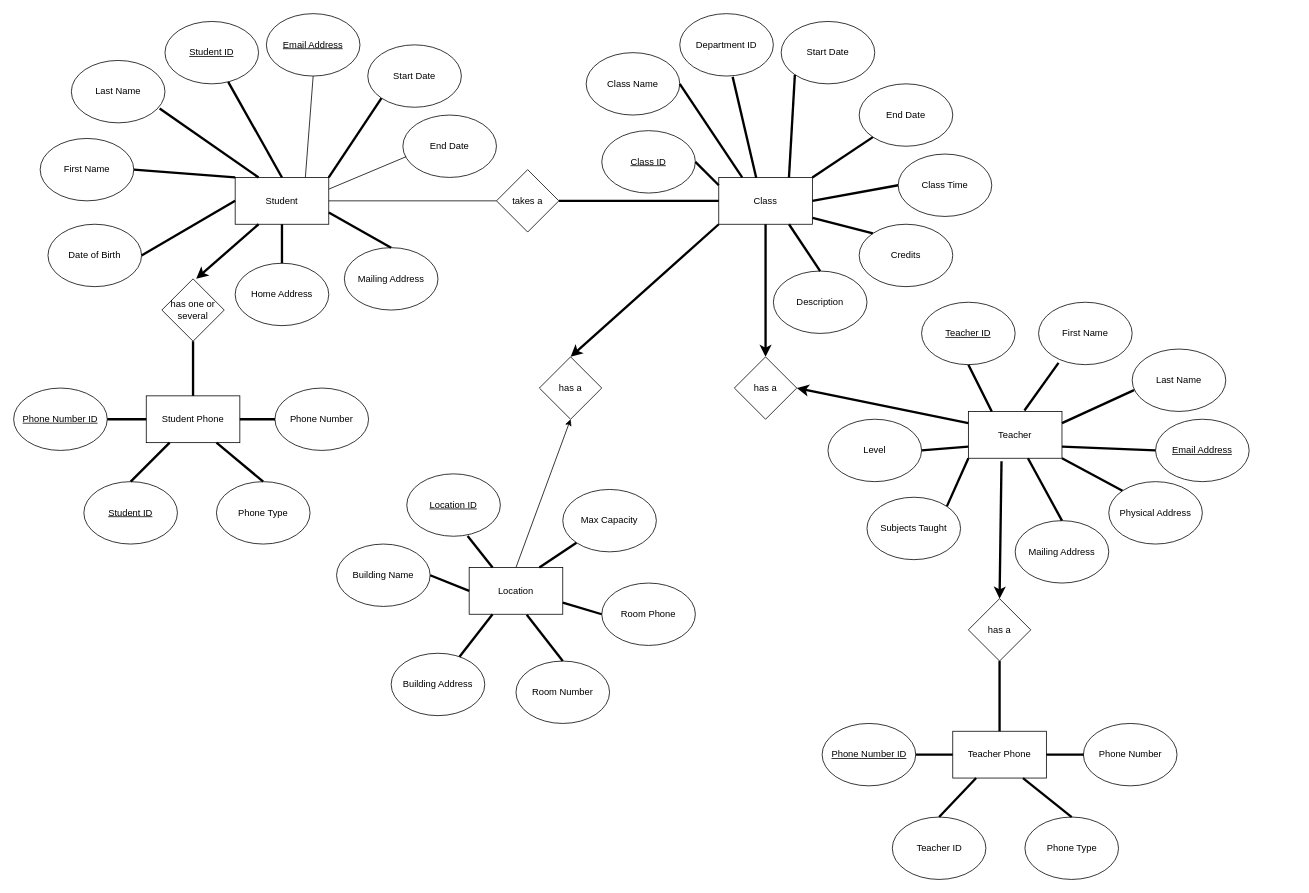
This is school-database-diagram.drawio from MichelleAaa/school-database, a draw.io file, before an edit. Source tidied: cells renumbered, new cells numbered last; positions are measured from the earlier drawing's top-left corner, leaving out a move shared by most shapes. Both pictures are drawn from the tidied source at 78%, with x=0, y=0 at pixel (13, 13).
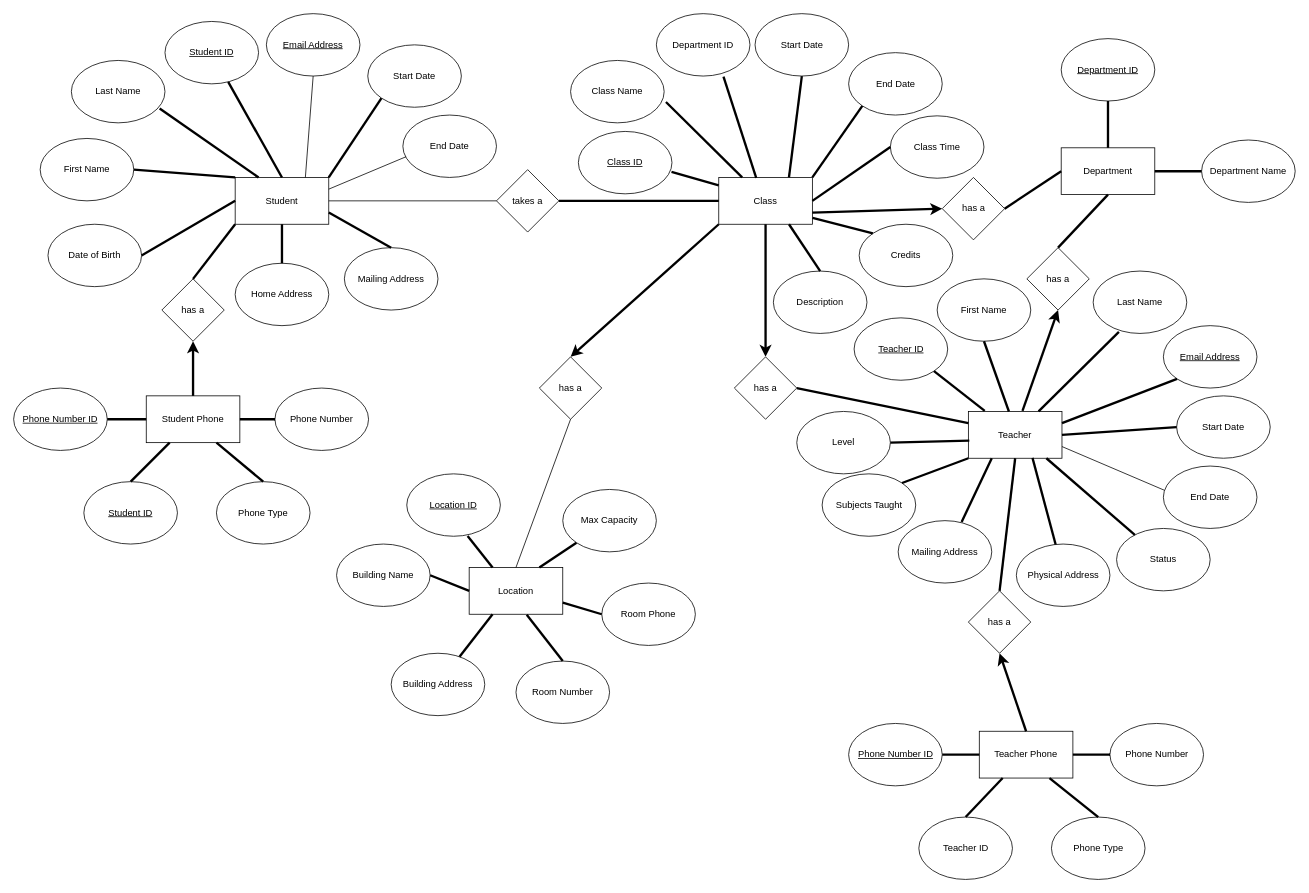
After the change.

Commit message (it also covers changes not shown here):
School Database File Added

The change refers to these unchanged cells:
```xml
<mxCell id="2" value="Student" style="rounded=0;whiteSpace=wrap;html=1;" parent="1" vertex="1">
  <mxGeometry x="284" y="210" width="120" height="60" as="geometry" />
</mxCell>
<mxCell id="12" value="Student Phone" style="rounded=0;whiteSpace=wrap;html=1;" parent="1" vertex="1">
  <mxGeometry x="170" y="490" width="120" height="60" as="geometry" />
</mxCell>
<mxCell id="31" value="Class" style="rounded=0;whiteSpace=wrap;html=1;" parent="1" vertex="1">
  <mxGeometry x="904" y="210" width="120" height="60" as="geometry" />
</mxCell>
<mxCell id="42" value="has a" style="rhombus;whiteSpace=wrap;html=1;" parent="1" vertex="1">
  <mxGeometry x="924" y="440" width="80" height="80" as="geometry" />
</mxCell>
<mxCell id="43" value="Teacher" style="rounded=0;whiteSpace=wrap;html=1;" parent="1" vertex="1">
  <mxGeometry x="1224" y="510" width="120" height="60" as="geometry" />
</mxCell>
<mxCell id="44" value="has a" style="rhombus;whiteSpace=wrap;html=1;" parent="1" vertex="1">
  <mxGeometry x="674" y="440" width="80" height="80" as="geometry" />
</mxCell>
<mxCell id="46" value="Location" style="rounded=0;whiteSpace=wrap;html=1;" parent="1" vertex="1">
  <mxGeometry x="584" y="710" width="120" height="60" as="geometry" />
</mxCell>
```

The edit, as a diff of the source:
```diff
@@
-    <mxCell id="11" value="has one or several" style="rhombus;whiteSpace=wrap;html=1;" parent="1" vertex="1">
+    <mxCell id="11" value="has a" style="rhombus;whiteSpace=wrap;html=1;" parent="1" vertex="1">
       <mxGeometry x="190" y="340" width="80" height="80" as="geometry" />
     </mxCell>
@@
     <mxCell id="34" value="&lt;u&gt;Class ID&lt;/u&gt;" style="ellipse;whiteSpace=wrap;html=1;" parent="1" vertex="1">
-      <mxGeometry x="754" y="150" width="120" height="80" as="geometry" />
+      <mxGeometry x="724" y="151" width="120" height="80" as="geometry" />
     </mxCell>
     <mxCell id="35" value="Class Name" style="ellipse;whiteSpace=wrap;html=1;" parent="1" vertex="1">
-      <mxGeometry x="734" y="50" width="120" height="80" as="geometry" />
+      <mxGeometry x="714" y="60" width="120" height="80" as="geometry" />
     </mxCell>
     <mxCell id="36" value="Department ID" style="ellipse;whiteSpace=wrap;html=1;" parent="1" vertex="1">
-      <mxGeometry x="854" width="120" height="80" as="geometry" />
+      <mxGeometry x="824" width="120" height="80" as="geometry" />
     </mxCell>
     <mxCell id="37" value="Start Date" style="ellipse;whiteSpace=wrap;html=1;" parent="1" vertex="1">
-      <mxGeometry x="984" y="10" width="120" height="80" as="geometry" />
+      <mxGeometry x="950.5" width="120" height="80" as="geometry" />
     </mxCell>
     <mxCell id="38" value="End Date" style="ellipse;whiteSpace=wrap;html=1;" parent="1" vertex="1">
-      <mxGeometry x="1084" y="90" width="120" height="80" as="geometry" />
+      <mxGeometry x="1070.5" y="50" width="120" height="80" as="geometry" />
     </mxCell>
     <mxCell id="39" value="Class Time" style="ellipse;whiteSpace=wrap;html=1;" parent="1" vertex="1">
-      <mxGeometry x="1134" y="180" width="120" height="80" as="geometry" />
+      <mxGeometry x="1124" y="131" width="120" height="80" as="geometry" />
     </mxCell>
@@
-    <mxCell id="45" style="edgeStyle=none;html=1;entryX=0.5;entryY=1;entryDx=0;entryDy=0;exitX=0.5;exitY=0;exitDx=0;exitDy=0;" parent="1" edge="1" source="46" target="44">
-      <mxGeometry relative="1" as="geometry" />
-    </mxCell>
@@
-    <mxCell id="59" style="edgeStyle=none;html=1;endArrow=none;endFill=0;strokeWidth=3;entryX=0;entryY=0.167;entryDx=0;entryDy=0;exitX=1;exitY=0.5;exitDx=0;exitDy=0;entryPerimeter=0;" parent="1" edge="1" source="34" target="31">
+    <mxCell id="59" style="edgeStyle=none;html=1;endArrow=none;endFill=0;strokeWidth=3;entryX=0;entryY=0.167;entryDx=0;entryDy=0;exitX=0.995;exitY=0.649;exitDx=0;exitDy=0;entryPerimeter=0;exitPerimeter=0;" parent="1" edge="1" source="34" target="31">
       <mxGeometry relative="1" as="geometry" />
     </mxCell>
-    <mxCell id="60" style="edgeStyle=none;html=1;endArrow=none;endFill=0;strokeWidth=3;entryX=0.25;entryY=0;entryDx=0;entryDy=0;exitX=1;exitY=0.5;exitDx=0;exitDy=0;" parent="1" edge="1" source="35" target="31">
+    <mxCell id="60" style="edgeStyle=none;html=1;endArrow=none;endFill=0;strokeWidth=3;entryX=0.25;entryY=0;entryDx=0;entryDy=0;exitX=1.019;exitY=0.666;exitDx=0;exitDy=0;exitPerimeter=0;" parent="1" edge="1" source="35" target="31">
       <mxGeometry relative="1" as="geometry" />
     </mxCell>
-    <mxCell id="61" style="edgeStyle=none;html=1;endArrow=none;endFill=0;strokeWidth=3;entryX=0.4;entryY=0.007;entryDx=0;entryDy=0;exitX=0.565;exitY=1.013;exitDx=0;exitDy=0;exitPerimeter=0;entryPerimeter=0;" parent="1" edge="1" source="36" target="31">
+    <mxCell id="61" style="edgeStyle=none;html=1;endArrow=none;endFill=0;strokeWidth=3;entryX=0.4;entryY=0.007;entryDx=0;entryDy=0;exitX=0.717;exitY=1.009;exitDx=0;exitDy=0;exitPerimeter=0;entryPerimeter=0;" parent="1" edge="1" source="36" target="31">
       <mxGeometry relative="1" as="geometry" />
     </mxCell>
-    <mxCell id="62" style="edgeStyle=none;html=1;endArrow=none;endFill=0;strokeWidth=3;exitX=0;exitY=1;exitDx=0;exitDy=0;entryX=0.75;entryY=0;entryDx=0;entryDy=0;" parent="1" edge="1" source="37" target="31">
+    <mxCell id="62" style="edgeStyle=none;html=1;endArrow=none;endFill=0;strokeWidth=3;exitX=0.5;exitY=1;exitDx=0;exitDy=0;entryX=0.75;entryY=0;entryDx=0;entryDy=0;" parent="1" edge="1" source="37" target="31">
       <mxGeometry relative="1" as="geometry" />
     </mxCell>
@@
     <mxCell id="67" value="&lt;u&gt;Teacher ID&lt;/u&gt;" style="ellipse;whiteSpace=wrap;html=1;" parent="1" vertex="1">
-      <mxGeometry x="1164" y="370" width="120" height="80" as="geometry" />
+      <mxGeometry x="1077.5" y="390" width="120" height="80" as="geometry" />
     </mxCell>
     <mxCell id="68" value="First Name" style="ellipse;whiteSpace=wrap;html=1;" parent="1" vertex="1">
-      <mxGeometry x="1314" y="370" width="120" height="80" as="geometry" />
+      <mxGeometry x="1184" y="340" width="120" height="80" as="geometry" />
     </mxCell>
     <mxCell id="69" value="Last Name" style="ellipse;whiteSpace=wrap;html=1;" parent="1" vertex="1">
-      <mxGeometry x="1434" y="430" width="120" height="80" as="geometry" />
+      <mxGeometry x="1384" y="330" width="120" height="80" as="geometry" />
     </mxCell>
     <mxCell id="70" value="&lt;u&gt;Email Address&lt;/u&gt;" style="ellipse;whiteSpace=wrap;html=1;" parent="1" vertex="1">
-      <mxGeometry x="1464" y="520" width="120" height="80" as="geometry" />
+      <mxGeometry x="1474" y="400" width="120" height="80" as="geometry" />
     </mxCell>
     <mxCell id="71" value="Subjects Taught" style="ellipse;whiteSpace=wrap;html=1;" parent="1" vertex="1">
-      <mxGeometry x="1094" y="620" width="120" height="80" as="geometry" />
+      <mxGeometry x="1036.5" y="590" width="120" height="80" as="geometry" />
     </mxCell>
     <mxCell id="72" value="Level" style="ellipse;whiteSpace=wrap;html=1;" parent="1" vertex="1">
-      <mxGeometry x="1044" y="520" width="120" height="80" as="geometry" />
+      <mxGeometry x="1004" y="510" width="120" height="80" as="geometry" />
     </mxCell>
     <mxCell id="73" value="Physical Address" style="ellipse;whiteSpace=wrap;html=1;" parent="1" vertex="1">
-      <mxGeometry x="1404" y="600" width="120" height="80" as="geometry" />
+      <mxGeometry x="1285.5" y="680" width="120" height="80" as="geometry" />
     </mxCell>
     <mxCell id="74" value="Mailing Address" style="ellipse;whiteSpace=wrap;html=1;" parent="1" vertex="1">
-      <mxGeometry x="1284" y="650" width="120" height="80" as="geometry" />
+      <mxGeometry x="1134" y="650" width="120" height="80" as="geometry" />
     </mxCell>
     <mxCell id="75" value="has a" style="rhombus;whiteSpace=wrap;html=1;" parent="1" vertex="1">
-      <mxGeometry x="1224" y="750" width="80" height="80" as="geometry" />
+      <mxGeometry x="1224" y="740" width="80" height="80" as="geometry" />
     </mxCell>
     <mxCell id="76" value="Teacher Phone" style="rounded=0;whiteSpace=wrap;html=1;" parent="1" vertex="1">
-      <mxGeometry x="1204" y="920" width="120" height="60" as="geometry" />
+      <mxGeometry x="1238" y="920" width="120" height="60" as="geometry" />
     </mxCell>
     <mxCell id="77" value="&lt;u&gt;Phone Number ID&lt;/u&gt;" style="ellipse;whiteSpace=wrap;html=1;" parent="1" vertex="1">
-      <mxGeometry x="1036.5" y="910" width="120" height="80" as="geometry" />
+      <mxGeometry x="1070.5" y="910" width="120" height="80" as="geometry" />
     </mxCell>
     <mxCell id="78" value="Teacher ID" style="ellipse;whiteSpace=wrap;html=1;" parent="1" vertex="1">
-      <mxGeometry x="1126.5" y="1030" width="120" height="80" as="geometry" />
+      <mxGeometry x="1160.5" y="1030" width="120" height="80" as="geometry" />
     </mxCell>
     <mxCell id="79" value="Phone Type" style="ellipse;whiteSpace=wrap;html=1;" parent="1" vertex="1">
-      <mxGeometry x="1296.5" y="1030" width="120" height="80" as="geometry" />
+      <mxGeometry x="1330.5" y="1030" width="120" height="80" as="geometry" />
     </mxCell>
     <mxCell id="80" value="Phone Number" style="ellipse;whiteSpace=wrap;html=1;" parent="1" vertex="1">
-      <mxGeometry x="1371.5" y="910" width="120" height="80" as="geometry" />
+      <mxGeometry x="1405.5" y="910" width="120" height="80" as="geometry" />
     </mxCell>
@@
     <mxCell id="82" style="edgeStyle=none;html=1;endArrow=none;endFill=0;strokeWidth=3;exitX=0;exitY=0.5;exitDx=0;exitDy=0;" parent="1" edge="1" source="80">
       <mxGeometry relative="1" as="geometry">
-        <mxPoint x="1370.5" y="950" as="targetPoint" />
+        <mxPoint x="1404.5" y="950" as="targetPoint" />
       </mxGeometry>
     </mxCell>
@@
-    <mxCell id="86" style="edgeStyle=none;html=1;endArrow=none;endFill=0;strokeWidth=3;exitX=0.25;exitY=0;exitDx=0;exitDy=0;entryX=0.5;entryY=1;entryDx=0;entryDy=0;" parent="1" edge="1" source="43" target="67">
+    <mxCell id="86" style="edgeStyle=none;html=1;endArrow=none;endFill=0;strokeWidth=3;exitX=0.175;exitY=-0.012;exitDx=0;exitDy=0;entryX=1;entryY=1;entryDx=0;entryDy=0;exitPerimeter=0;" parent="1" edge="1" source="43" target="67">
       <mxGeometry relative="1" as="geometry" />
     </mxCell>
-    <mxCell id="87" style="edgeStyle=none;html=1;endArrow=none;endFill=0;strokeWidth=3;exitX=0.599;exitY=-0.02;exitDx=0;exitDy=0;entryX=0.213;entryY=0.971;entryDx=0;entryDy=0;exitPerimeter=0;entryPerimeter=0;" parent="1" edge="1" source="43" target="68">
+    <mxCell id="87" style="edgeStyle=none;html=1;endArrow=none;endFill=0;strokeWidth=3;entryX=0.5;entryY=1;entryDx=0;entryDy=0;exitX=0.433;exitY=0.001;exitDx=0;exitDy=0;exitPerimeter=0;" parent="1" edge="1" source="43" target="68">
       <mxGeometry relative="1" as="geometry" />
     </mxCell>
-    <mxCell id="88" style="edgeStyle=none;html=1;endArrow=none;endFill=0;strokeWidth=3;exitX=1;exitY=0.25;exitDx=0;exitDy=0;entryX=0.02;entryY=0.658;entryDx=0;entryDy=0;entryPerimeter=0;" parent="1" edge="1" source="43" target="69">
+    <mxCell id="88" style="edgeStyle=none;html=1;endArrow=none;endFill=0;strokeWidth=3;exitX=0.75;exitY=0;exitDx=0;exitDy=0;entryX=0.275;entryY=0.975;entryDx=0;entryDy=0;entryPerimeter=0;" parent="1" edge="1" source="43" target="69">
       <mxGeometry relative="1" as="geometry" />
     </mxCell>
-    <mxCell id="89" style="edgeStyle=none;html=1;endArrow=none;endFill=0;strokeWidth=3;exitX=1;exitY=0.75;exitDx=0;exitDy=0;entryX=0;entryY=0.5;entryDx=0;entryDy=0;" parent="1" edge="1" source="43" target="70">
+    <mxCell id="89" style="edgeStyle=none;html=1;endArrow=none;endFill=0;strokeWidth=3;exitX=1;exitY=0.25;exitDx=0;exitDy=0;entryX=0;entryY=1;entryDx=0;entryDy=0;" parent="1" edge="1" source="43" target="70">
       <mxGeometry relative="1" as="geometry" />
     </mxCell>
-    <mxCell id="90" style="edgeStyle=none;html=1;endArrow=none;endFill=0;strokeWidth=3;exitX=1;exitY=1;exitDx=0;exitDy=0;entryX=0;entryY=0;entryDx=0;entryDy=0;" parent="1" edge="1" source="43" target="73">
+    <mxCell id="90" style="edgeStyle=none;html=1;endArrow=none;endFill=0;strokeWidth=3;exitX=0.685;exitY=0.993;exitDx=0;exitDy=0;entryX=0.42;entryY=0.008;entryDx=0;entryDy=0;entryPerimeter=0;exitPerimeter=0;" parent="1" edge="1" source="43" target="73">
       <mxGeometry relative="1" as="geometry" />
     </mxCell>
-    <mxCell id="91" style="edgeStyle=none;html=1;endArrow=none;endFill=0;strokeWidth=3;entryX=0.5;entryY=0;entryDx=0;entryDy=0;" parent="1" edge="1" source="43" target="74">
+    <mxCell id="91" style="edgeStyle=none;html=1;endArrow=none;endFill=0;strokeWidth=3;entryX=0.678;entryY=0.021;entryDx=0;entryDy=0;entryPerimeter=0;exitX=0.25;exitY=1;exitDx=0;exitDy=0;" parent="1" edge="1" source="43" target="74">
       <mxGeometry relative="1" as="geometry" />
     </mxCell>
@@
-    <mxCell id="93" style="edgeStyle=none;html=1;endArrow=none;endFill=0;strokeWidth=3;exitX=0;exitY=0.75;exitDx=0;exitDy=0;entryX=1;entryY=0.5;entryDx=0;entryDy=0;" parent="1" edge="1" source="43" target="72">
+    <mxCell id="93" style="edgeStyle=none;html=1;endArrow=none;endFill=0;strokeWidth=3;exitX=0.01;exitY=0.623;exitDx=0;exitDy=0;entryX=1;entryY=0.5;entryDx=0;entryDy=0;exitPerimeter=0;" parent="1" edge="1" source="43" target="72">
       <mxGeometry relative="1" as="geometry" />
     </mxCell>
@@
-    <mxCell id="96" style="edgeStyle=none;html=1;endArrow=classic;endFill=1;strokeWidth=3;exitX=0.25;exitY=1;exitDx=0;exitDy=0;entryX=0.55;entryY=0;entryDx=0;entryDy=0;entryPerimeter=0;" parent="1" edge="1" source="2" target="11">
+    <mxCell id="96" style="edgeStyle=none;html=1;endArrow=classic;endFill=1;strokeWidth=3;exitX=0.5;exitY=0;exitDx=0;exitDy=0;entryX=0.5;entryY=1;entryDx=0;entryDy=0;" parent="1" edge="1" source="12" target="11">
       <mxGeometry relative="1" as="geometry" />
     </mxCell>
-    <mxCell id="97" style="edgeStyle=none;html=1;endArrow=classic;endFill=1;strokeWidth=3;exitX=0.354;exitY=1.065;exitDx=0;exitDy=0;entryX=0.5;entryY=0;entryDx=0;entryDy=0;exitPerimeter=0;" parent="1" edge="1" source="43" target="75">
+    <mxCell id="97" style="edgeStyle=none;html=1;endArrow=classic;endFill=1;strokeWidth=3;exitX=0.5;exitY=0;exitDx=0;exitDy=0;entryX=0.5;entryY=1;entryDx=0;entryDy=0;" parent="1" edge="1" source="76" target="75">
       <mxGeometry relative="1" as="geometry" />
     </mxCell>
-    <mxCell id="98" style="edgeStyle=none;html=1;endArrow=none;endFill=0;strokeWidth=3;entryX=0.5;entryY=1;entryDx=0;entryDy=0;exitX=0.5;exitY=0;exitDx=0;exitDy=0;" parent="1" edge="1" source="76" target="75">
+    <mxCell id="98" style="edgeStyle=none;html=1;endArrow=none;endFill=0;strokeWidth=3;entryX=0.5;entryY=1;entryDx=0;entryDy=0;exitX=0.5;exitY=0;exitDx=0;exitDy=0;" parent="1" edge="1" source="75" target="43">
       <mxGeometry relative="1" as="geometry" />
     </mxCell>
-    <mxCell id="99" style="edgeStyle=none;html=1;endArrow=none;endFill=0;strokeWidth=3;entryX=0.5;entryY=0;entryDx=0;entryDy=0;exitX=0.5;exitY=1;exitDx=0;exitDy=0;" parent="1" edge="1" source="11" target="12">
+    <mxCell id="99" style="edgeStyle=none;html=1;endArrow=none;endFill=0;strokeWidth=3;entryX=0.5;entryY=0;entryDx=0;entryDy=0;exitX=0;exitY=1;exitDx=0;exitDy=0;" parent="1" edge="1" source="2" target="11">
       <mxGeometry relative="1" as="geometry" />
     </mxCell>
@@
+    <mxCell id="103" value="Start Date" style="ellipse;whiteSpace=wrap;html=1;" parent="1" vertex="1">
+      <mxGeometry x="1491" y="490" width="120" height="80" as="geometry" />
+    </mxCell>
+    <mxCell id="104" value="End Date" style="ellipse;whiteSpace=wrap;html=1;" parent="1" vertex="1">
+      <mxGeometry x="1474" y="580" width="120" height="80" as="geometry" />
+    </mxCell>
+    <mxCell id="105" value="Status" style="ellipse;whiteSpace=wrap;html=1;" parent="1" vertex="1">
+      <mxGeometry x="1414" y="660" width="120" height="80" as="geometry" />
+    </mxCell>
+    <mxCell id="106" style="edgeStyle=none;html=1;endArrow=none;endFill=0;strokeWidth=3;exitX=1;exitY=0.5;exitDx=0;exitDy=0;entryX=0;entryY=0.5;entryDx=0;entryDy=0;" parent="1" edge="1" source="43" target="103">
+      <mxGeometry relative="1" as="geometry" />
+    </mxCell>
+    <mxCell id="107" style="endArrow=none;html=1;entryX=0.011;entryY=0.388;entryDx=0;entryDy=0;exitX=1;exitY=0.75;exitDx=0;exitDy=0;entryPerimeter=0;" parent="1" edge="1" source="43" target="104">
+      <mxGeometry relative="1" as="geometry" />
+    </mxCell>
+    <mxCell id="108" style="edgeStyle=none;html=1;endArrow=none;endFill=0;strokeWidth=3;" parent="1" edge="1" target="105">
+      <mxGeometry relative="1" as="geometry">
+        <mxPoint x="1324" y="570" as="sourcePoint" />
+      </mxGeometry>
+    </mxCell>
-    <mxCell id="102" style="edgeStyle=none;html=1;endArrow=classic;endFill=1;strokeWidth=3;exitX=0;exitY=0.25;exitDx=0;exitDy=0;entryX=1;entryY=0.5;entryDx=0;entryDy=0;" parent="1" edge="1" source="43" target="42">
+    <mxCell id="102" style="edgeStyle=none;html=1;endArrow=none;endFill=0;strokeWidth=3;exitX=0;exitY=0.25;exitDx=0;exitDy=0;entryX=1;entryY=0.5;entryDx=0;entryDy=0;" parent="1" edge="1" source="43" target="42">
       <mxGeometry relative="1" as="geometry" />
     </mxCell>
+    <mxCell id="45" style="endArrow=none;html=1;exitX=0.5;exitY=0;exitDx=0;exitDy=0;entryX=0.5;entryY=1;entryDx=0;entryDy=0;" parent="1" edge="1" source="46" target="44">
+      <mxGeometry relative="1" as="geometry" />
+    </mxCell>
+    <mxCell id="109" value="Department" style="rounded=0;whiteSpace=wrap;html=1;" parent="1" vertex="1">
+      <mxGeometry x="1343" y="172" width="120" height="60" as="geometry" />
+    </mxCell>
+    <mxCell id="110" value="&lt;u&gt;Department ID&lt;/u&gt;" style="ellipse;whiteSpace=wrap;html=1;" parent="1" vertex="1">
+      <mxGeometry x="1343" y="32" width="120" height="80" as="geometry" />
+    </mxCell>
+    <mxCell id="111" value="Department Name" style="ellipse;whiteSpace=wrap;html=1;" parent="1" vertex="1">
+      <mxGeometry x="1523" y="162" width="120" height="80" as="geometry" />
+    </mxCell>
+    <mxCell id="112" style="edgeStyle=none;html=1;endArrow=none;endFill=0;strokeWidth=3;exitX=1;exitY=0.5;exitDx=0;exitDy=0;entryX=0;entryY=0.5;entryDx=0;entryDy=0;" parent="1" edge="1" source="109" target="111">
+      <mxGeometry relative="1" as="geometry" />
+    </mxCell>
+    <mxCell id="113" style="edgeStyle=none;html=1;endArrow=none;endFill=0;strokeWidth=3;exitX=0.5;exitY=0;exitDx=0;exitDy=0;entryX=0.5;entryY=1;entryDx=0;entryDy=0;" parent="1" edge="1" source="109" target="110">
+      <mxGeometry relative="1" as="geometry" />
+    </mxCell>
+    <mxCell id="114" value="has a" style="rhombus;whiteSpace=wrap;html=1;" parent="1" vertex="1">
+      <mxGeometry x="1299" y="300" width="80" height="80" as="geometry" />
+    </mxCell>
+    <mxCell id="115" value="has a" style="rhombus;whiteSpace=wrap;html=1;" parent="1" vertex="1">
+      <mxGeometry x="1190.5" y="210" width="80" height="80" as="geometry" />
+    </mxCell>
+    <mxCell id="116" style="edgeStyle=none;html=1;endArrow=classic;endFill=1;strokeWidth=3;exitX=1;exitY=0.75;exitDx=0;exitDy=0;entryX=0;entryY=0.5;entryDx=0;entryDy=0;" parent="1" edge="1" source="31" target="115">
+      <mxGeometry relative="1" as="geometry" />
+    </mxCell>
+    <mxCell id="117" style="edgeStyle=none;html=1;endArrow=none;endFill=0;strokeWidth=3;entryX=0;entryY=0.5;entryDx=0;entryDy=0;exitX=1;exitY=0.5;exitDx=0;exitDy=0;" parent="1" edge="1" source="115" target="109">
+      <mxGeometry relative="1" as="geometry" />
+    </mxCell>
+    <mxCell id="118" style="edgeStyle=none;html=1;endArrow=classic;endFill=1;strokeWidth=3;exitX=0.578;exitY=-0.012;exitDx=0;exitDy=0;entryX=0.5;entryY=1;entryDx=0;entryDy=0;exitPerimeter=0;" parent="1" edge="1" source="43" target="114">
+      <mxGeometry relative="1" as="geometry" />
+    </mxCell>
+    <mxCell id="119" style="edgeStyle=none;html=1;endArrow=none;endFill=0;strokeWidth=3;entryX=0.5;entryY=1;entryDx=0;entryDy=0;exitX=0.5;exitY=0;exitDx=0;exitDy=0;" parent="1" edge="1" source="114" target="109">
+      <mxGeometry relative="1" as="geometry" />
+    </mxCell>
```
